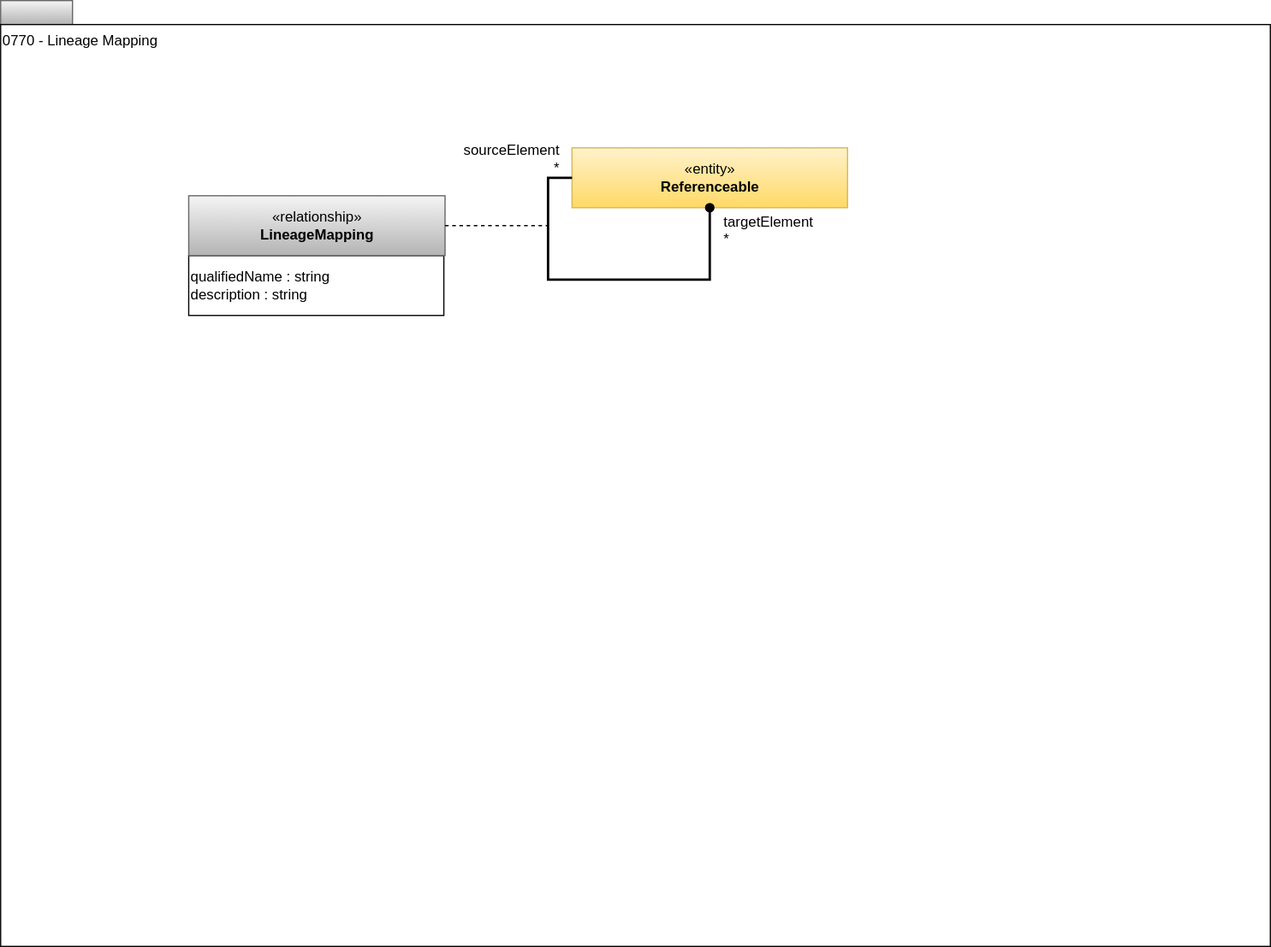
This is site/docs/types/7/0770-Lineage-Mapping.svg from odpi/egeria-docs, a draw.io export, as it was before one commit. Source tidied: cells renumbered, new cells last; positions are measured from the earlier drawing's top-left corner, leaving out a move shared by most shapes. Its diagram source:
```xml
<mxGraphModel>
  <root>
    <mxCell id="0" />
    <mxCell id="1" parent="0" />
    <mxCell id="2" style="rounded=0;whiteSpace=wrap;html=1;align=left;fillColor=#f5f5f5;strokeColor=#666666;gradientColor=#b3b3b3;" parent="1" vertex="1">
      <mxGeometry width="60" height="20" as="geometry" />
    </mxCell>
    <mxCell id="3" value="0770 - Lineage Mapping" style="rounded=0;whiteSpace=wrap;html=1;align=left;verticalAlign=top;" parent="1" vertex="1">
      <mxGeometry y="20" width="1060" height="770" as="geometry" />
    </mxCell>
    <mxCell id="4" value="«entity»&lt;br&gt;&lt;b&gt;Referenceable&lt;/b&gt;" style="html=1;strokeColor=#d6b656;align=center;fillColor=#fff2cc;gradientColor=#ffd966;" parent="1" vertex="1">
      <mxGeometry x="477" y="123" width="230" height="50" as="geometry" />
    </mxCell>
    <mxCell id="5" value="&lt;div style=&quot;text-align: left&quot;&gt;qualifiedName : string&lt;br&gt;description : string&lt;br&gt;&lt;/div&gt;" style="rounded=0;whiteSpace=wrap;html=1;strokeColor=#000000;gradientColor=#ffffff;align=left;" parent="1" vertex="1">
      <mxGeometry x="157" y="213" width="213" height="50" as="geometry" />
    </mxCell>
    <mxCell id="6" value="«relationship»&lt;br&gt;&lt;b&gt;LineageMapping&lt;/b&gt;" style="html=1;strokeColor=#666666;align=center;fillColor=#f5f5f5;gradientColor=#b3b3b3;" parent="1" vertex="1">
      <mxGeometry x="157" y="163" width="214" height="50" as="geometry" />
    </mxCell>
    <mxCell id="7" style="endArrow=none;dashed=1;html=1;exitX=1;exitY=0.5;exitDx=0;exitDy=0;" parent="1" edge="1" source="6">
      <mxGeometry relative="1" as="geometry">
        <mxPoint x="457" y="188" as="targetPoint" />
      </mxGeometry>
    </mxCell>
    <mxCell id="8" style="edgeStyle=orthogonalEdgeStyle;rounded=0;orthogonalLoop=1;jettySize=auto;html=1;exitX=0;exitY=0.5;exitDx=0;exitDy=0;endArrow=oval;endFill=1;strokeWidth=2;" parent="1" edge="1" source="4" target="4">
      <mxGeometry relative="1" as="geometry">
        <Array as="points">
          <mxPoint x="457" y="148" />
          <mxPoint x="457" y="233" />
          <mxPoint x="592" y="233" />
        </Array>
      </mxGeometry>
    </mxCell>
    <mxCell id="9" value="targetElement&lt;br style=&quot;font-size: 12px;&quot;&gt;*" style="html=1;align=left;verticalAlign=bottom;labelBackgroundColor=#ffffff;fontSize=12;" parent="1" vertex="1">
      <mxGeometry x="592" y="173" as="geometry">
        <mxPoint x="10" y="35" as="offset" />
      </mxGeometry>
    </mxCell>
    <mxCell id="10" value="sourceElement&lt;br style=&quot;font-size: 12px;&quot;&gt;*" style="html=1;align=right;verticalAlign=bottom;labelBackgroundColor=#ffffff;fontSize=12;" parent="1" vertex="1">
      <mxGeometry x="477" y="148" as="geometry">
        <mxPoint x="-10" as="offset" />
      </mxGeometry>
    </mxCell>
  </root>
</mxGraphModel>
```
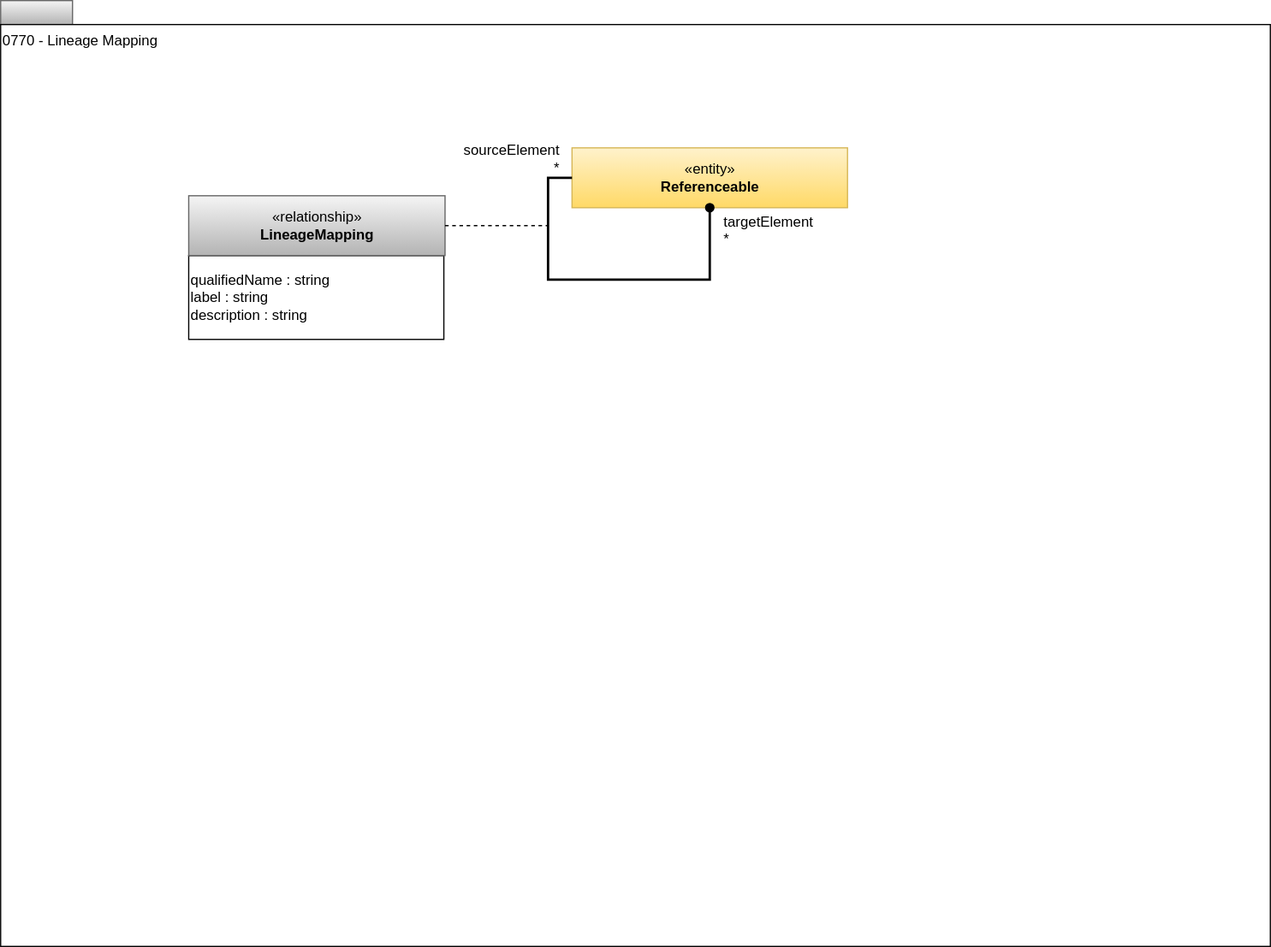
Above is the later version.

The edit, as a diff of the source:
```diff
@@ -11,8 +11,8 @@
     <mxCell id="4" value="«entity»&lt;br&gt;&lt;b&gt;Referenceable&lt;/b&gt;" style="html=1;strokeColor=#d6b656;align=center;fillColor=#fff2cc;gradientColor=#ffd966;" parent="1" vertex="1">
       <mxGeometry x="477" y="123" width="230" height="50" as="geometry" />
     </mxCell>
-    <mxCell id="5" value="&lt;div style=&quot;text-align: left&quot;&gt;qualifiedName : string&lt;br&gt;description : string&lt;br&gt;&lt;/div&gt;" style="rounded=0;whiteSpace=wrap;html=1;strokeColor=#000000;gradientColor=#ffffff;align=left;" parent="1" vertex="1">
-      <mxGeometry x="157" y="213" width="213" height="50" as="geometry" />
+    <mxCell id="5" value="&lt;div style=&quot;text-align: left&quot;&gt;qualifiedName : string&lt;/div&gt;&lt;div style=&quot;text-align: left&quot;&gt;label : string&lt;br&gt;description : string&lt;br&gt;&lt;/div&gt;" style="rounded=0;whiteSpace=wrap;html=1;strokeColor=#000000;gradientColor=#ffffff;align=left;" parent="1" vertex="1">
+      <mxGeometry x="157" y="213" width="213" height="70" as="geometry" />
     </mxCell>
     <mxCell id="6" value="«relationship»&lt;br&gt;&lt;b&gt;LineageMapping&lt;/b&gt;" style="html=1;strokeColor=#666666;align=center;fillColor=#f5f5f5;gradientColor=#b3b3b3;" parent="1" vertex="1">
       <mxGeometry x="157" y="163" width="214" height="50" as="geometry" />
```
